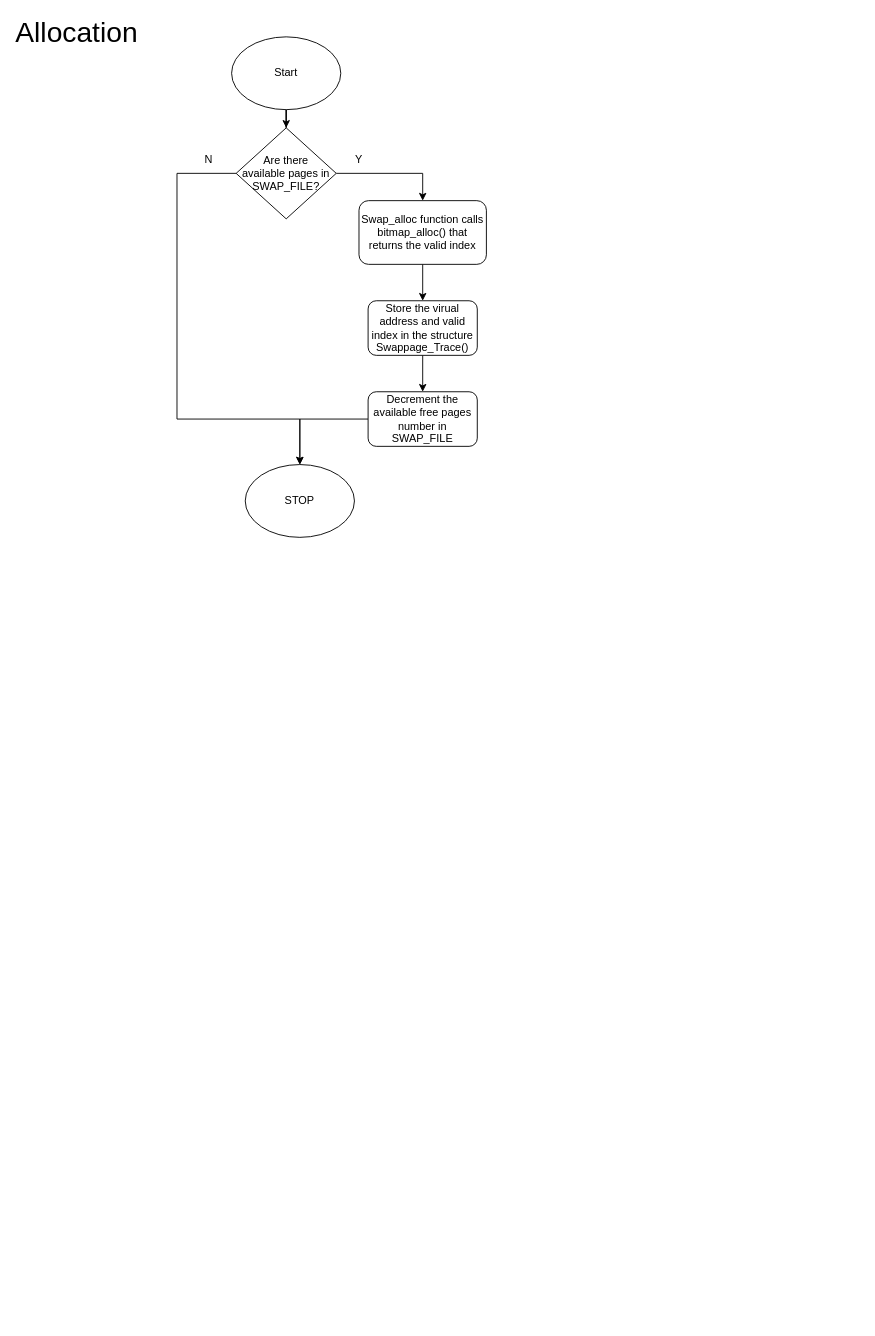
Above: page "Swap management" (3 of 3) of Flow Charts.drawio in Davide619/OS161 (draw.io), before the change. Source tidied: cells renumbered, new cells numbered last; positions are measured from the earlier drawing's top-left corner, leaving out a move shared by most shapes. Both pictures are drawn from the tidied source at 91%, with x=0, y=0 at pixel (49, 18).
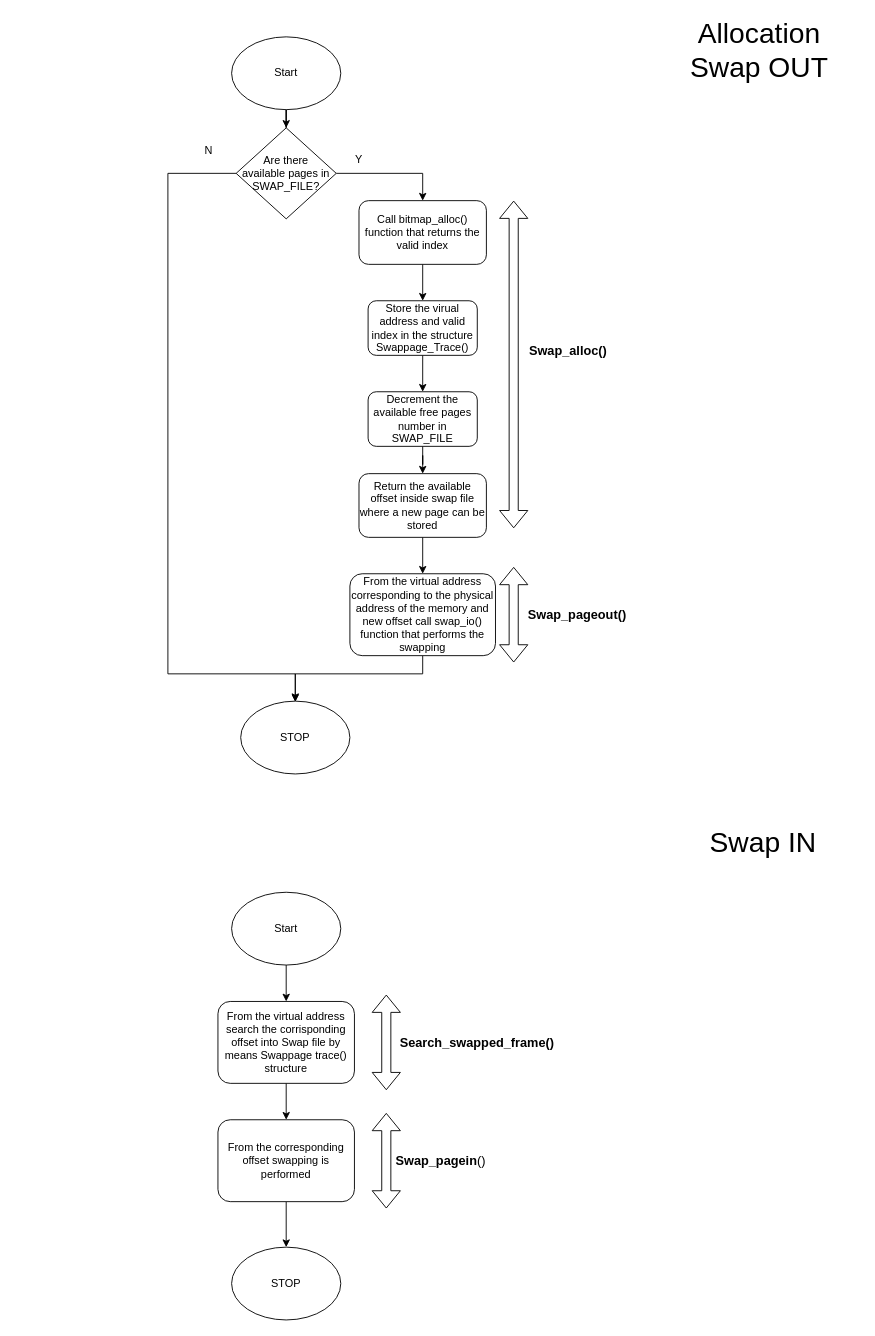
The same diagram, later.

The change refers to these unchanged cells:
```xml
<mxCell id="10" value="Decrement the available free pages number in SWAP_FILE" style="rounded=1;whiteSpace=wrap;html=1;" parent="1" vertex="1">
  <mxGeometry x="350" y="410" width="120" height="60" as="geometry" />
</mxCell>
<mxCell id="13" value="&lt;div&gt;Are there &lt;br&gt;&lt;/div&gt;&lt;div&gt;available pages in SWAP_FILE?&lt;/div&gt;" style="rhombus;whiteSpace=wrap;html=1;" parent="1" vertex="1">
  <mxGeometry x="205" y="120" width="110" height="100" as="geometry" />
</mxCell>
```

The edit, as a diff of the source:
```diff
@@
-    <mxCell id="5" value="Swap_alloc function calls bitmap_alloc() that returns the valid index " style="rounded=1;whiteSpace=wrap;html=1;" parent="1" vertex="1">
+    <mxCell id="5" value="Call bitmap_alloc() function that returns the valid index " style="rounded=1;whiteSpace=wrap;html=1;" parent="1" vertex="1">
       <mxGeometry x="340" y="200" width="140" height="70" as="geometry" />
     </mxCell>
-    <mxCell id="6" value="&lt;font style=&quot;font-size: 31px;&quot;&gt;Allocation&lt;/font&gt;" style="text;html=1;strokeColor=none;fillColor=none;align=center;verticalAlign=middle;whiteSpace=wrap;rounded=0;strokeWidth=7;" parent="1" vertex="1">
-      <mxGeometry width="60" height="30" as="geometry" />
+    <mxCell id="6" value="&lt;font style=&quot;font-size: 31px;&quot;&gt;Allocation Swap OUT&lt;br&gt;&lt;/font&gt;" style="text;html=1;strokeColor=none;fillColor=none;align=center;verticalAlign=middle;whiteSpace=wrap;rounded=0;strokeWidth=7;" parent="1" vertex="1">
+      <mxGeometry x="670" y="20" width="220" height="30" as="geometry" />
     </mxCell>
@@
-    <mxCell id="9" style="edgeStyle=orthogonalEdgeStyle;rounded=0;jettySize=auto;html=1;entryX=0.5;entryY=0;entryDx=0;entryDy=0;" parent="1" edge="1" source="10" target="14">
-      <mxGeometry relative="1" as="geometry" />
-    </mxCell>
+    <mxCell id="17" style="edgeStyle=orthogonalEdgeStyle;rounded=0;jettySize=auto;html=1;" parent="1" edge="1" source="10" target="20">
+      <mxGeometry relative="1" as="geometry" />
+    </mxCell>
@@
-    <mxCell id="12" style="edgeStyle=orthogonalEdgeStyle;rounded=0;jettySize=auto;html=1;exitX=0;exitY=0.5;exitDx=0;exitDy=0;entryX=0.5;entryY=0;entryDx=0;entryDy=0;" parent="1" edge="1" source="13" target="14">
-      <mxGeometry relative="1" as="geometry">
-        <Array as="points">
-          <mxPoint x="140" y="170" />
-          <mxPoint x="140" y="440" />
-          <mxPoint x="275" y="440" />
-        </Array>
-      </mxGeometry>
-    </mxCell>
+    <mxCell id="18" style="edgeStyle=orthogonalEdgeStyle;rounded=0;jettySize=auto;html=1;" parent="1" edge="1" source="13">
+      <mxGeometry relative="1" as="geometry">
+        <mxPoint x="270" y="751" as="targetPoint" />
+        <Array as="points">
+          <mxPoint x="130" y="170" />
+          <mxPoint x="130" y="720" />
+          <mxPoint x="270" y="720" />
+        </Array>
+      </mxGeometry>
+    </mxCell>
@@
     <mxCell id="14" value="STOP" style="ellipse;whiteSpace=wrap;html=1;" parent="1" vertex="1">
-      <mxGeometry x="215" y="490" width="120" height="80" as="geometry" />
+      <mxGeometry x="210" y="750" width="120" height="80" as="geometry" />
     </mxCell>
@@
     <mxCell id="16" value="N" style="text;html=1;strokeColor=none;fillColor=none;align=center;verticalAlign=middle;whiteSpace=wrap;rounded=0;" parent="1" vertex="1">
-      <mxGeometry x="145" y="140" width="60" height="30" as="geometry" />
+      <mxGeometry x="145" y="130" width="60" height="30" as="geometry" />
     </mxCell>
+    <mxCell id="19" style="edgeStyle=orthogonalEdgeStyle;rounded=0;jettySize=auto;html=1;" parent="1" edge="1" source="20" target="22">
+      <mxGeometry relative="1" as="geometry" />
+    </mxCell>
+    <mxCell id="20" value="Return the available offset inside swap file where a new page can be stored" style="rounded=1;whiteSpace=wrap;html=1;" parent="1" vertex="1">
+      <mxGeometry x="340" y="500" width="140" height="70" as="geometry" />
+    </mxCell>
+    <mxCell id="21" style="edgeStyle=orthogonalEdgeStyle;rounded=0;jettySize=auto;html=1;entryX=0.5;entryY=0;entryDx=0;entryDy=0;" parent="1" edge="1" source="22" target="14">
+      <mxGeometry relative="1" as="geometry">
+        <Array as="points">
+          <mxPoint x="410" y="720" />
+          <mxPoint x="270" y="720" />
+        </Array>
+      </mxGeometry>
+    </mxCell>
+    <mxCell id="22" value="From the virtual address corresponding to the physical address of the memory and new offset call swap_io() function that performs the swapping" style="rounded=1;whiteSpace=wrap;html=1;" parent="1" vertex="1">
+      <mxGeometry x="330" y="610" width="160" height="90" as="geometry" />
+    </mxCell>
+    <mxCell id="23" style="shape=flexArrow;endArrow=classic;startArrow=classic;html=1;rounded=0;" parent="1" edge="1">
+      <mxGeometry relative="1" as="geometry">
+        <mxPoint x="510" y="560" as="sourcePoint" />
+        <mxPoint x="510" y="200" as="targetPoint" />
+      </mxGeometry>
+    </mxCell>
+    <mxCell id="24" value="&lt;font style=&quot;font-size: 14px;&quot;&gt;&lt;b&gt;Swap_alloc()&lt;/b&gt;&lt;/font&gt;" style="text;html=1;strokeColor=none;fillColor=none;align=center;verticalAlign=middle;whiteSpace=wrap;rounded=0;" parent="1" vertex="1">
+      <mxGeometry x="540" y="350" width="60" height="30" as="geometry" />
+    </mxCell>
+    <mxCell id="25" style="shape=flexArrow;endArrow=classic;startArrow=classic;html=1;rounded=0;" parent="1" edge="1">
+      <mxGeometry relative="1" as="geometry">
+        <mxPoint x="510" y="707.5" as="sourcePoint" />
+        <mxPoint x="510" y="602.5" as="targetPoint" />
+      </mxGeometry>
+    </mxCell>
+    <mxCell id="26" value="&lt;font style=&quot;font-size: 14px;&quot;&gt;&lt;b&gt;Swap_pageout()&lt;/b&gt;&lt;/font&gt;" style="text;html=1;strokeColor=none;fillColor=none;align=center;verticalAlign=middle;whiteSpace=wrap;rounded=0;" parent="1" vertex="1">
+      <mxGeometry x="550" y="640" width="60" height="30" as="geometry" />
+    </mxCell>
+    <mxCell id="27" value="&lt;font style=&quot;font-size: 31px;&quot;&gt;&amp;nbsp;Swap IN&lt;br&gt;&lt;/font&gt;" style="text;html=1;strokeColor=none;fillColor=none;align=center;verticalAlign=middle;whiteSpace=wrap;rounded=0;strokeWidth=7;" parent="1" vertex="1">
+      <mxGeometry x="670" y="890" width="220" height="30" as="geometry" />
+    </mxCell>
+    <mxCell id="28" style="edgeStyle=orthogonalEdgeStyle;rounded=0;jettySize=auto;html=1;" parent="1" edge="1" source="29" target="31">
+      <mxGeometry relative="1" as="geometry" />
+    </mxCell>
+    <mxCell id="29" value="Start" style="ellipse;whiteSpace=wrap;html=1;" parent="1" vertex="1">
+      <mxGeometry x="200" y="960" width="120" height="80" as="geometry" />
+    </mxCell>
+    <mxCell id="30" style="edgeStyle=orthogonalEdgeStyle;rounded=0;jettySize=auto;html=1;" parent="1" edge="1" source="31" target="33">
+      <mxGeometry relative="1" as="geometry" />
+    </mxCell>
+    <mxCell id="31" value="From the virtual address search the corrisponding offset into Swap file by means Swappage trace() structure " style="rounded=1;whiteSpace=wrap;html=1;" parent="1" vertex="1">
+      <mxGeometry x="185" y="1080" width="150" height="90" as="geometry" />
+    </mxCell>
+    <mxCell id="32" style="edgeStyle=orthogonalEdgeStyle;rounded=0;jettySize=auto;html=1;" parent="1" edge="1" source="33" target="34">
+      <mxGeometry relative="1" as="geometry" />
+    </mxCell>
+    <mxCell id="33" value="From the corresponding offset swapping is performed" style="rounded=1;whiteSpace=wrap;html=1;" parent="1" vertex="1">
+      <mxGeometry x="185" y="1210" width="150" height="90" as="geometry" />
+    </mxCell>
+    <mxCell id="34" value="STOP" style="ellipse;whiteSpace=wrap;html=1;" parent="1" vertex="1">
+      <mxGeometry x="200" y="1350" width="120" height="80" as="geometry" />
+    </mxCell>
+    <mxCell id="35" style="shape=flexArrow;endArrow=classic;startArrow=classic;html=1;rounded=0;" parent="1" edge="1">
+      <mxGeometry relative="1" as="geometry">
+        <mxPoint x="370" y="1177.5" as="sourcePoint" />
+        <mxPoint x="370" y="1072.5" as="targetPoint" />
+      </mxGeometry>
+    </mxCell>
+    <mxCell id="36" style="shape=flexArrow;endArrow=classic;startArrow=classic;html=1;rounded=0;" parent="1" edge="1">
+      <mxGeometry relative="1" as="geometry">
+        <mxPoint x="370" y="1307.5" as="sourcePoint" />
+        <mxPoint x="370" y="1202.5" as="targetPoint" />
+      </mxGeometry>
+    </mxCell>
+    <mxCell id="37" value="&lt;font size=&quot;1&quot;&gt;&lt;b style=&quot;font-size: 14px;&quot;&gt;Search_swapped_frame()&lt;/b&gt;&lt;/font&gt;" style="text;html=1;strokeColor=none;fillColor=none;align=center;verticalAlign=middle;whiteSpace=wrap;rounded=0;" parent="1" vertex="1">
+      <mxGeometry x="440" y="1110" width="60" height="30" as="geometry" />
+    </mxCell>
+    <mxCell id="38" value="&lt;font style=&quot;font-size: 14px;&quot;&gt;&lt;b&gt;Swap_pagein&lt;/b&gt;()&lt;/font&gt;" style="text;html=1;strokeColor=none;fillColor=none;align=center;verticalAlign=middle;whiteSpace=wrap;rounded=0;" parent="1" vertex="1">
+      <mxGeometry x="400" y="1240" width="60" height="30" as="geometry" />
+    </mxCell>
```
